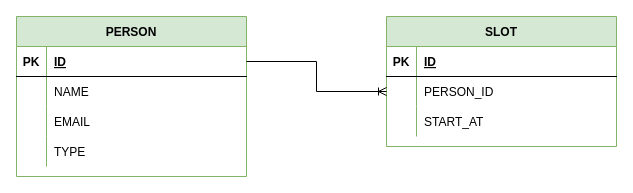
The draw.io diagram src/main/resources/db/db_structure.drawio in ZehT/bridge351-interview-calendar-api, before the edit. Source tidied: cells renumbered, new cells numbered last; positions are measured from the earlier drawing's top-left corner, leaving out a move shared by most shapes. Both pictures are drawn from the tidied source at 100%, with x=0, y=0 at pixel (16, 16).
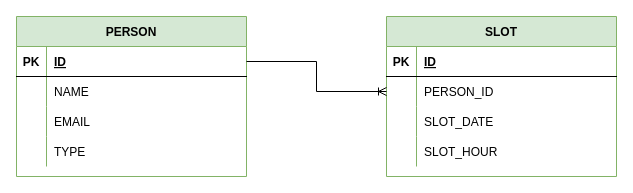
After the change.

Unchanged cells that the change refers to:
```xml
<mxCell id="9" style="shape=tableRow;horizontal=0;startSize=0;swimlaneHead=0;swimlaneBody=0;fillColor=none;top=0;left=0;right=0;bottom=0;fontSize=12;strokeColor=default;" parent="2" vertex="1">
  <mxGeometry y="90" width="230" height="30" as="geometry" />
</mxCell>
```

Change to the diagram source:
```diff
@@
     <mxCell id="2" value="SLOT" style="shape=table;startSize=30;childLayout=tableLayout;rowLines=0;fontStyle=1;align=center;fontSize=12;strokeColor=#82b366;fillColor=#d5e8d4;" parent="1" vertex="1">
-      <mxGeometry x="370" width="230" height="130" as="geometry" />
+      <mxGeometry x="370" width="230" height="160" as="geometry" />
     </mxCell>
@@
-    <mxCell id="11" value="START_AT" style="shape=partialRectangle;fillColor=none;top=0;left=0;bottom=0;right=0;align=left;spacingLeft=6;overflow=hidden;fontSize=12;strokeColor=default;" parent="9" vertex="1">
+    <mxCell id="11" value="SLOT_DATE" style="shape=partialRectangle;fillColor=none;top=0;left=0;bottom=0;right=0;align=left;spacingLeft=6;overflow=hidden;fontSize=12;strokeColor=default;" parent="9" vertex="1">
       <mxGeometry x="30" width="200" height="30" as="geometry" />
     </mxCell>
+    <mxCell id="26" style="shape=tableRow;horizontal=0;startSize=0;swimlaneHead=0;swimlaneBody=0;fillColor=none;top=0;left=0;right=0;bottom=0;fontSize=12;strokeColor=default;" parent="2" vertex="1">
+      <mxGeometry y="120" width="230" height="30" as="geometry" />
+    </mxCell>
+    <mxCell id="27" style="shape=partialRectangle;fillColor=none;top=0;left=0;bottom=0;right=0;overflow=hidden;fontSize=12;strokeColor=default;" parent="26" vertex="1">
+      <mxGeometry width="30" height="30" as="geometry" />
+    </mxCell>
+    <mxCell id="28" value="SLOT_HOUR" style="shape=partialRectangle;fillColor=none;top=0;left=0;bottom=0;right=0;align=left;spacingLeft=6;overflow=hidden;fontSize=12;strokeColor=default;" parent="26" vertex="1">
+      <mxGeometry x="30" width="200" height="30" as="geometry" />
+    </mxCell>
```
